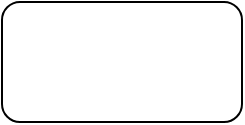
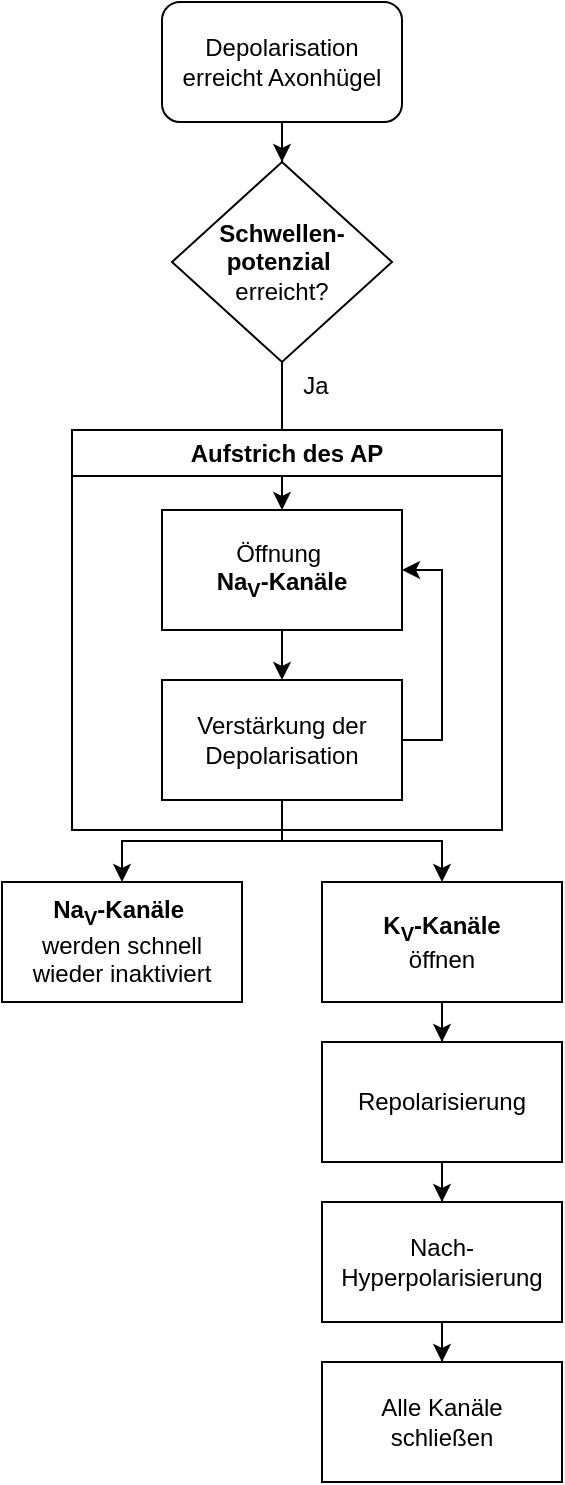
<mxfile host="app.diagrams.net">
  <diagram name="Seite-1" id="2Yha8y57KFrDJf9KuFQW">
-     <mxGraphModel dx="597" dy="300" grid="1" gridSize="10" guides="1" tooltips="1" connect="1" arrows="1" fold="1" page="1" pageScale="1" pageWidth="1169" pageHeight="1169" math="0" shadow="0">
+     <mxGraphModel dx="1790" dy="899" grid="1" gridSize="10" guides="1" tooltips="1" connect="1" arrows="1" fold="1" page="1" pageScale="1" pageWidth="1169" pageHeight="1169" math="0" shadow="0">
      <root>
        <mxCell id="0" />
        <mxCell id="1" parent="0" />
-         <mxCell id="rHyIAD6YpS_ce0xGS5oZ-1" parent="1" style="rounded=1;whiteSpace=wrap;html=1;" value="" vertex="1">
+         <mxCell id="tUDWqIW4GXrgs1DTi4tS-6" edge="1" parent="1" source="rHyIAD6YpS_ce0xGS5oZ-1" style="edgeStyle=orthogonalEdgeStyle;rounded=0;orthogonalLoop=1;jettySize=auto;html=1;" target="tUDWqIW4GXrgs1DTi4tS-1">
+           <mxGeometry relative="1" as="geometry" />
+         </mxCell>
+         <mxCell id="rHyIAD6YpS_ce0xGS5oZ-1" parent="1" style="rounded=1;whiteSpace=wrap;html=1;" value="Depolarisation erreicht Axonhügel" vertex="1">
          <mxGeometry height="60" width="120" x="370" y="170" as="geometry" />
+         </mxCell>
+         <mxCell id="tUDWqIW4GXrgs1DTi4tS-7" edge="1" parent="1" source="tUDWqIW4GXrgs1DTi4tS-1" style="edgeStyle=orthogonalEdgeStyle;rounded=0;orthogonalLoop=1;jettySize=auto;html=1;entryX=0.5;entryY=0;entryDx=0;entryDy=0;" target="tUDWqIW4GXrgs1DTi4tS-2">
+           <mxGeometry relative="1" as="geometry" />
+         </mxCell>
+         <mxCell id="tUDWqIW4GXrgs1DTi4tS-1" parent="1" style="rhombus;whiteSpace=wrap;html=1;" value="&lt;b&gt;Schwellen-&lt;br&gt;potenzial&amp;nbsp;&lt;/b&gt;&lt;br&gt;erreicht?" vertex="1">
+           <mxGeometry height="100" width="110" x="375" y="250" as="geometry" />
+         </mxCell>
+         <mxCell id="tUDWqIW4GXrgs1DTi4tS-8" parent="1" style="text;html=1;whiteSpace=wrap;strokeColor=none;fillColor=none;align=center;verticalAlign=middle;rounded=0;" value="Ja" vertex="1">
+           <mxGeometry height="30" width="60" x="417" y="347" as="geometry" />
+         </mxCell>
+         <mxCell id="tUDWqIW4GXrgs1DTi4tS-10" parent="1" style="swimlane;whiteSpace=wrap;html=1;" value="Aufstrich des AP" vertex="1">
+           <mxGeometry height="200" width="215" x="325" y="384" as="geometry" />
+         </mxCell>
+         <mxCell id="tUDWqIW4GXrgs1DTi4tS-2" parent="tUDWqIW4GXrgs1DTi4tS-10" style="whiteSpace=wrap;html=1;" value="Öffnung&amp;nbsp;&lt;br&gt;&lt;b&gt;Na&lt;sub&gt;V&lt;/sub&gt;-Kanäle&lt;/b&gt;" vertex="1">
+           <mxGeometry height="60" width="120" x="45" y="40" as="geometry" />
+         </mxCell>
+         <mxCell id="tUDWqIW4GXrgs1DTi4tS-12" edge="1" parent="tUDWqIW4GXrgs1DTi4tS-10" source="tUDWqIW4GXrgs1DTi4tS-3" style="edgeStyle=orthogonalEdgeStyle;rounded=0;orthogonalLoop=1;jettySize=auto;html=1;entryX=1;entryY=0.5;entryDx=0;entryDy=0;exitX=1;exitY=0.5;exitDx=0;exitDy=0;" target="tUDWqIW4GXrgs1DTi4tS-2">
+           <mxGeometry relative="1" as="geometry" />
+         </mxCell>
+         <mxCell id="tUDWqIW4GXrgs1DTi4tS-3" parent="tUDWqIW4GXrgs1DTi4tS-10" style="whiteSpace=wrap;html=1;" value="Verstärkung der Depolarisation" vertex="1">
+           <mxGeometry height="60" width="120" x="45" y="125" as="geometry" />
+         </mxCell>
+         <mxCell id="tUDWqIW4GXrgs1DTi4tS-4" edge="1" parent="tUDWqIW4GXrgs1DTi4tS-10" source="tUDWqIW4GXrgs1DTi4tS-2" style="edgeStyle=orthogonalEdgeStyle;rounded=0;orthogonalLoop=1;jettySize=auto;html=1;" target="tUDWqIW4GXrgs1DTi4tS-3">
+           <mxGeometry relative="1" as="geometry" />
+         </mxCell>
+         <mxCell id="tUDWqIW4GXrgs1DTi4tS-13" parent="1" style="whiteSpace=wrap;html=1;" value="&lt;b&gt;Na&lt;sub&gt;V&lt;/sub&gt;-Kanäle&amp;nbsp;&lt;/b&gt;&lt;br&gt;werden schnell wieder inaktiviert" vertex="1">
+           <mxGeometry height="60" width="120" x="290" y="610" as="geometry" />
+         </mxCell>
+         <mxCell id="tUDWqIW4GXrgs1DTi4tS-20" edge="1" parent="1" source="tUDWqIW4GXrgs1DTi4tS-14" style="edgeStyle=orthogonalEdgeStyle;rounded=0;orthogonalLoop=1;jettySize=auto;html=1;" target="tUDWqIW4GXrgs1DTi4tS-15">
+           <mxGeometry relative="1" as="geometry" />
+         </mxCell>
+         <mxCell id="tUDWqIW4GXrgs1DTi4tS-14" parent="1" style="whiteSpace=wrap;html=1;" value="&lt;b&gt;K&lt;sub&gt;V&lt;/sub&gt;-Kanäle&lt;/b&gt;&lt;br&gt;öffnen" vertex="1">
+           <mxGeometry height="60" width="120" x="450" y="610" as="geometry" />
+         </mxCell>
+         <mxCell id="tUDWqIW4GXrgs1DTi4tS-21" edge="1" parent="1" source="tUDWqIW4GXrgs1DTi4tS-15" style="edgeStyle=orthogonalEdgeStyle;rounded=0;orthogonalLoop=1;jettySize=auto;html=1;" target="tUDWqIW4GXrgs1DTi4tS-16">
+           <mxGeometry relative="1" as="geometry" />
+         </mxCell>
+         <mxCell id="tUDWqIW4GXrgs1DTi4tS-15" parent="1" style="whiteSpace=wrap;html=1;" value="Repolarisierung" vertex="1">
+           <mxGeometry height="60" width="120" x="450" y="690" as="geometry" />
+         </mxCell>
+         <mxCell id="tUDWqIW4GXrgs1DTi4tS-23" edge="1" parent="1" source="tUDWqIW4GXrgs1DTi4tS-16" style="edgeStyle=orthogonalEdgeStyle;rounded=0;orthogonalLoop=1;jettySize=auto;html=1;" target="tUDWqIW4GXrgs1DTi4tS-22">
+           <mxGeometry relative="1" as="geometry" />
+         </mxCell>
+         <mxCell id="tUDWqIW4GXrgs1DTi4tS-16" parent="1" style="whiteSpace=wrap;html=1;" value="Nach-Hyperpolarisierung" vertex="1">
+           <mxGeometry height="60" width="120" x="450" y="770" as="geometry" />
+         </mxCell>
+         <mxCell id="tUDWqIW4GXrgs1DTi4tS-17" edge="1" parent="1" source="tUDWqIW4GXrgs1DTi4tS-3" style="edgeStyle=orthogonalEdgeStyle;rounded=0;orthogonalLoop=1;jettySize=auto;html=1;" target="tUDWqIW4GXrgs1DTi4tS-14">
+           <mxGeometry relative="1" as="geometry" />
+         </mxCell>
+         <mxCell id="tUDWqIW4GXrgs1DTi4tS-18" edge="1" parent="1" source="tUDWqIW4GXrgs1DTi4tS-3" style="edgeStyle=orthogonalEdgeStyle;rounded=0;orthogonalLoop=1;jettySize=auto;html=1;" target="tUDWqIW4GXrgs1DTi4tS-13">
+           <mxGeometry relative="1" as="geometry" />
+         </mxCell>
+         <mxCell id="tUDWqIW4GXrgs1DTi4tS-22" parent="1" style="whiteSpace=wrap;html=1;" value="Alle Kanäle&lt;br&gt;schließen" vertex="1">
+           <mxGeometry height="60" width="120" x="450" y="850" as="geometry" />
        </mxCell>
      </root>
    </mxGraphModel>
  </diagram>
</mxfile>
